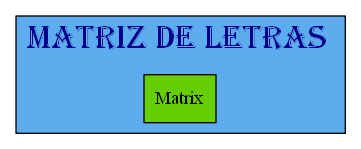
This is Graficas/Table_Juego.dot.png from mariotun/EDD_1S2020_PY1_201602942, a Graphviz export, as it was before one commit. Its source is kept beside it as Graficas/Table_Juego.dot. Its diagram source:
```dot
 digraph tablero{

graph[ranksep= "0.5",nodesep= "0.5"];
subgraph cluster_1 {

fontname=algerian
label= "Matriz de Letras ";
 labelloc=t;
fontcolor=blue4;
fontsize=25;
style=filled;
fillcolor=steelblue2;

node [shape=box fillcolor=chartreuse3];
mt[label= "Matrix" style=radial group=0]
{rank=same;










}

 }

}
```
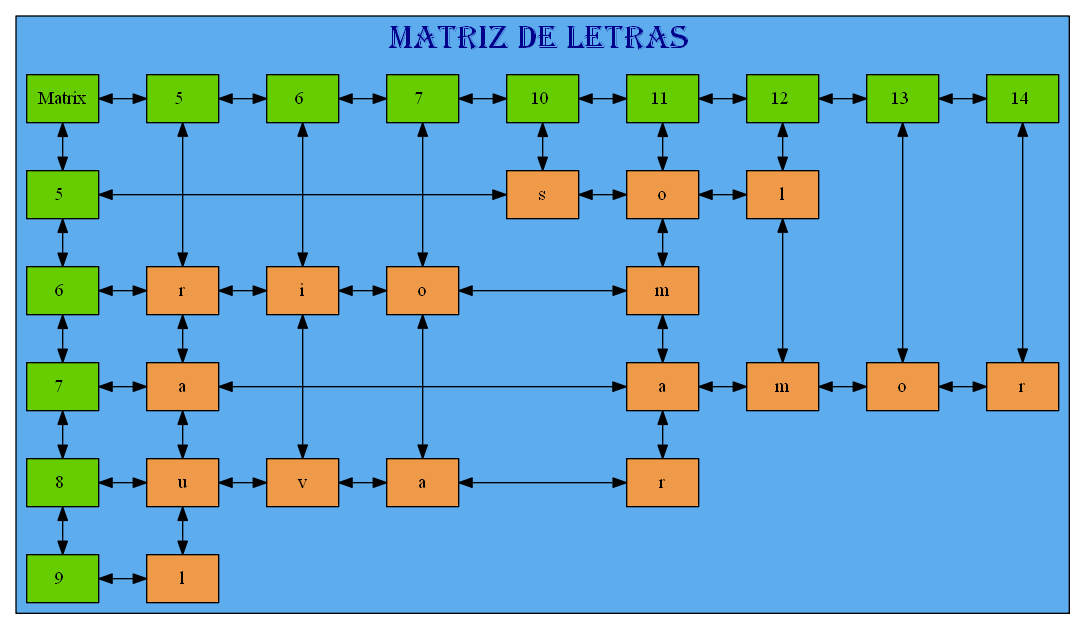
The same diagram one commit later.

Diff of the diagram source:
```diff
@@ -14,18 +14,92 @@
 node [shape=box fillcolor=chartreuse3];
 mt[label= "Matrix" style=radial group=0]
 {rank=same;
+25770476016[label= "5 " style=radial,group=5]
+25770476192[label= "6 " style=radial,group=6]
+25770478848[label= "7 " style=radial,group=7]
+25770476720[label= "10 " style=radial,group=10]
+25770477472[label= "11 " style=radial,group=11]
+25770480336[label= "12 " style=radial,group=12]
+25770480512[label= "13 " style=radial,group=13]
+0[label= "14 " style=radial,group=14]
+mt->25770476016->25770476192->25770478848->25770476720->25770477472->25770480336->25770480512->0[dir=both];};
+
+25770475896[label= "5 " style=radial,group=0]
+25770477000[label= "6 " style=radial,group=0]
+25770476696[label= "7 " style=radial,group=0]
+25770476424[label= "8 " style=radial,group=0]
+56[label= "9 " style=radial,group=0]
+mt->25770475896->25770477000->25770476696->25770476424->56[dir=both];
+
+node[shape=box height=0.5 style=filled fontcolor=black fillcolor= tan2]
+25770475904[label="r" style=radial,group=5];
+node[shape=box height=0.5 style=filled fontcolor=black fillcolor= tan2]
+25770477008[label="a" style=radial,group=5];
+node[shape=box height=0.5 style=filled fontcolor=black fillcolor= tan2]
+25770477296[label="u" style=radial,group=5];
+node[shape=box height=0.5 style=filled fontcolor=black fillcolor= tan2]
+25770476432[label="l" style=radial,group=5];
+node[shape=box height=0.5 style=filled fontcolor=black fillcolor= tan2]
+25770476080[label="i" style=radial,group=6];
+node[shape=box height=0.5 style=filled fontcolor=black fillcolor= tan2]
+25770477120[label="v" style=radial,group=6];
+node[shape=box height=0.5 style=filled fontcolor=black fillcolor= tan2]
+25770476256[label="o" style=radial,group=7];
+node[shape=box height=0.5 style=filled fontcolor=black fillcolor= tan2]
+25770477232[label="a" style=radial,group=7];
+node[shape=box height=0.5 style=filled fontcolor=black fillcolor= tan2]
+25770477408[label="s" style=radial,group=10];
+node[shape=box height=0.5 style=filled fontcolor=black fillcolor= tan2]
+25770476784[label="o" style=radial,group=11];
+node[shape=box height=0.5 style=filled fontcolor=black fillcolor= tan2]
+25770477600[label="m" style=radial,group=11];
+node[shape=box height=0.5 style=filled fontcolor=black fillcolor= tan2]
+25770477712[label="a" style=radial,group=11];
+node[shape=box height=0.5 style=filled fontcolor=black fillcolor= tan2]
+25770477824[label="r" style=radial,group=11];
+node[shape=box height=0.5 style=filled fontcolor=black fillcolor= tan2]
+25770477536[label="l" style=radial,group=12];
+node[shape=box height=0.5 style=filled fontcolor=black fillcolor= tan2]
+25770479472[label="m" style=radial,group=12];
+node[shape=box height=0.5 style=filled fontcolor=black fillcolor= tan2]
+25770480400[label="o" style=radial,group=13];
+node[shape=box height=0.5 style=filled fontcolor=black fillcolor= tan2]
+25770480576[label="r" style=radial,group=14];
 
 
+25770476016->25770475904->25770477008->25770477296->25770476432[dir=both]
+25770476192->25770476080->25770477120[dir=both]
+25770478848->25770476256->25770477232[dir=both]
+25770476720->25770477408[dir=both]
+25770477472->25770476784->25770477600->25770477712->25770477824[dir=both]
+25770480336->25770477536->25770479472[dir=both]
+25770480512->25770480400[dir=both]
+0->25770480576[dir=both]
+
+25770477408[label="s"];
+25770476784[label="o"];
+25770477536[label="l"];
+25770475904[label="r"];
+25770476080[label="i"];
+25770476256[label="o"];
+25770477600[label="m"];
+25770477008[label="a"];
+25770477712[label="a"];
+25770479472[label="m"];
+25770480400[label="o"];
+25770480576[label="r"];
+25770477296[label="u"];
+25770477120[label="v"];
+25770477232[label="a"];
+25770477824[label="r"];
+25770476432[label="l"];
 
 
-
-
-
-
-
-
-}
-
+{rank=same;25770475896->25770477408->25770476784->25770477536[dir=both] }
+{rank=same;25770477000->25770475904->25770476080->25770476256->25770477600[dir=both] }
+{rank=same;25770476696->25770477008->25770477712->25770479472->25770480400->25770480576[dir=both] }
+{rank=same;25770476424->25770477296->25770477120->25770477232->25770477824[dir=both] }
+{rank=same;56->25770476432[dir=both] }
  }
 
 }
```
